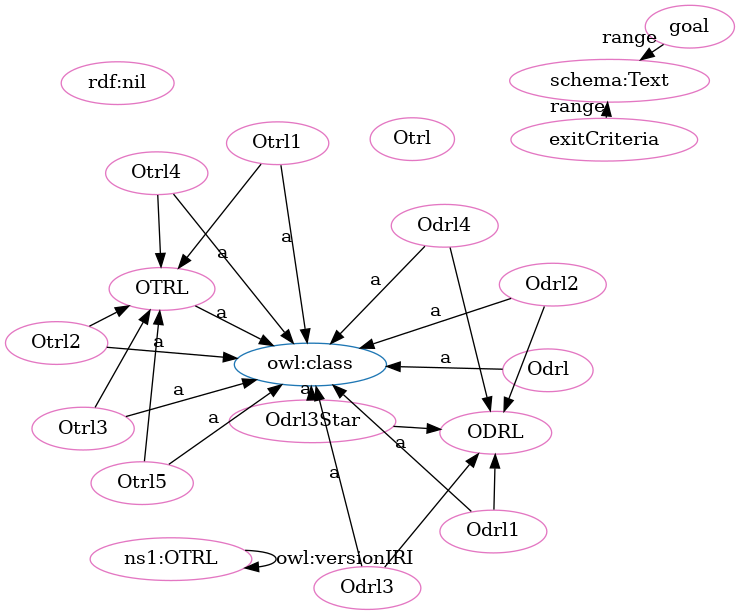
Earlier version of the Graphviz export OTRL-clean.png (OPEN-NEXT/OKH-LOSH). Its source is kept beside it as OTRL-clean.dot.
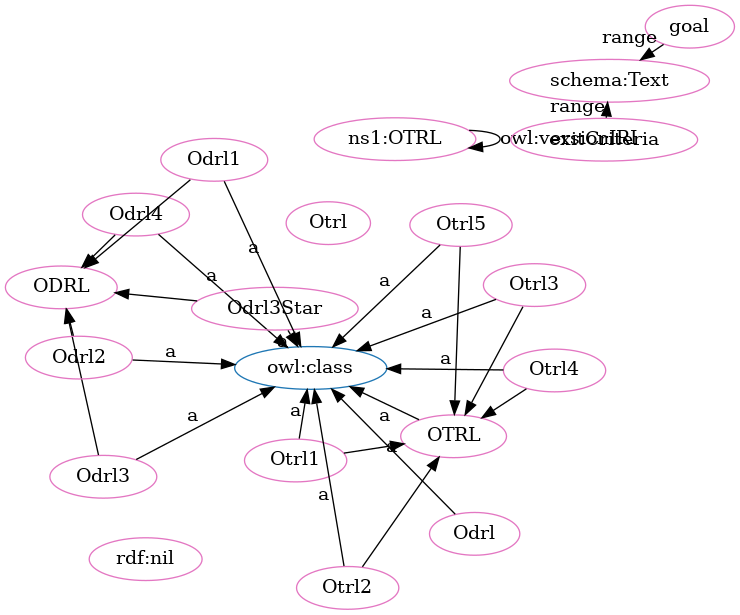
After the change.

What changed in the source:
```diff
@@ -1,51 +1,51 @@
 digraph G {
   rankdir=BT
   node[height=.3]
+"http://purl.org/oseg/ontologies/OTRL#ODRL" [fillcolor="#1f77b4" color="#1f77b4" label="ODRL"]
 "http://purl.org/oseg/ontologies/OTRL#OTRL" [fillcolor="#1f77b4" color="#1f77b4" label="OTRL"]
 "http://www.w3.org/2002/07/owl#class" [fillcolor="#1f77b4" color="#1f77b4" label="owl:class"]
-"http://purl.org/oseg/ontologies/OTRL#ODRL" [fillcolor="#1f77b4" color="#1f77b4" label="ODRL"]
-"http://purl.org/oseg/ontologies/OTRL#Otrl4" [fillcolor="#e377c2" color="#e377c2" label="Otrl4"]
+"http://purl.org/oseg/ontologies/OTRL#Odrl4" [fillcolor="#e377c2" color="#e377c2" label="Odrl4"]
+"http://purl.org/oseg/ontologies/OTRL" [fillcolor="#e377c2" color="#e377c2" label="ns1:OTRL"]
+"http://purl.org/oseg/ontologies/OTRL#OTRL" [fillcolor="#e377c2" color="#e377c2" label="OTRL"]
+"http://purl.org/oseg/ontologies/OTRL#ODRL" [fillcolor="#e377c2" color="#e377c2" label="ODRL"]
+"http://purl.org/oseg/ontologies/OTRL#Otrl3" [fillcolor="#e377c2" color="#e377c2" label="Otrl3"]
+"http://schema.org/Text" [fillcolor="#e377c2" color="#e377c2" label="schema:Text"]
 "http://www.w3.org/1999/02/22-rdf-syntax-ns#nil" [fillcolor="#e377c2" color="#e377c2" label="rdf:nil"]
-"http://purl.org/oseg/ontologies/OTRL#Odrl4" [fillcolor="#e377c2" color="#e377c2" label="Odrl4"]
+"http://purl.org/oseg/ontologies/OTRL#Otrl" [fillcolor="#e377c2" color="#e377c2" label="Otrl"]
+"http://purl.org/oseg/ontologies/OTRL#Otrl5" [fillcolor="#e377c2" color="#e377c2" label="Otrl5"]
+"http://purl.org/oseg/ontologies/OTRL#Odrl3" [fillcolor="#e377c2" color="#e377c2" label="Odrl3"]
+"http://purl.org/oseg/ontologies/OTRL#goal" [fillcolor="#e377c2" color="#e377c2" label="goal"]
+"http://purl.org/oseg/ontologies/OTRL#Odrl" [fillcolor="#e377c2" color="#e377c2" label="Odrl"]
+"http://purl.org/oseg/ontologies/OTRL#Otrl1" [fillcolor="#e377c2" color="#e377c2" label="Otrl1"]
 "http://purl.org/oseg/ontologies/OTRL#Otrl2" [fillcolor="#e377c2" color="#e377c2" label="Otrl2"]
 "http://purl.org/oseg/ontologies/OTRL#Odrl3Star" [fillcolor="#e377c2" color="#e377c2" label="Odrl3Star"]
-"http://purl.org/oseg/ontologies/OTRL#OTRL" [fillcolor="#e377c2" color="#e377c2" label="OTRL"]
-"http://purl.org/oseg/ontologies/OTRL#Odrl" [fillcolor="#e377c2" color="#e377c2" label="Odrl"]
-"http://purl.org/oseg/ontologies/OTRL#Odrl3" [fillcolor="#e377c2" color="#e377c2" label="Odrl3"]
-"http://purl.org/oseg/ontologies/OTRL#Otrl" [fillcolor="#e377c2" color="#e377c2" label="Otrl"]
-"http://purl.org/oseg/ontologies/OTRL#ODRL" [fillcolor="#e377c2" color="#e377c2" label="ODRL"]
-"http://purl.org/oseg/ontologies/OTRL#Otrl5" [fillcolor="#e377c2" color="#e377c2" label="Otrl5"]
+"http://purl.org/oseg/ontologies/OTRL#exitCriteria" [fillcolor="#e377c2" color="#e377c2" label="exitCriteria"]
+"http://purl.org/oseg/ontologies/OTRL#Odrl2" [fillcolor="#e377c2" color="#e377c2" label="Odrl2"]
+"http://purl.org/oseg/ontologies/OTRL#Otrl4" [fillcolor="#e377c2" color="#e377c2" label="Otrl4"]
 "http://purl.org/oseg/ontologies/OTRL#Odrl1" [fillcolor="#e377c2" color="#e377c2" label="Odrl1"]
-"http://schema.org/Text" [fillcolor="#e377c2" color="#e377c2" label="schema:Text"]
-"http://purl.org/oseg/ontologies/OTRL#Otrl3" [fillcolor="#e377c2" color="#e377c2" label="Otrl3"]
-"http://purl.org/oseg/ontologies/OTRL" [fillcolor="#e377c2" color="#e377c2" label="ns1:OTRL"]
-"http://purl.org/oseg/ontologies/OTRL#Otrl1" [fillcolor="#e377c2" color="#e377c2" label="Otrl1"]
-"http://purl.org/oseg/ontologies/OTRL#goal" [fillcolor="#e377c2" color="#e377c2" label="goal"]
-"http://purl.org/oseg/ontologies/OTRL#Odrl2" [fillcolor="#e377c2" color="#e377c2" label="Odrl2"]
-"http://purl.org/oseg/ontologies/OTRL#exitCriteria" [fillcolor="#e377c2" color="#e377c2" label="exitCriteria"]
+  "http://purl.org/oseg/ontologies/OTRL#OTRL" -> "http://www.w3.org/2002/07/owl#class" [label="a"]
+  "http://purl.org/oseg/ontologies/OTRL#Odrl2" -> "http://purl.org/oseg/ontologies/OTRL#ODRL" [label=""]
+  "http://purl.org/oseg/ontologies/OTRL#Otrl2" -> "http://purl.org/oseg/ontologies/OTRL#OTRL" [label=""]
+  "http://purl.org/oseg/ontologies/OTRL#Otrl3" -> "http://purl.org/oseg/ontologies/OTRL#OTRL" [label=""]
+  "http://purl.org/oseg/ontologies/OTRL#Otrl1" -> "http://purl.org/oseg/ontologies/OTRL#OTRL" [label=""]
+  "http://purl.org/oseg/ontologies/OTRL#Otrl5" -> "http://www.w3.org/2002/07/owl#class" [label="a"]
+  "http://purl.org/oseg/ontologies/OTRL#Odrl3" -> "http://purl.org/oseg/ontologies/OTRL#ODRL" [label=""]
+  "http://purl.org/oseg/ontologies/OTRL" -> "http://purl.org/oseg/ontologies/OTRL" [label="owl:versionIRI"]
+  "http://purl.org/oseg/ontologies/OTRL#Odrl4" -> "http://purl.org/oseg/ontologies/OTRL#ODRL" [label=""]
+  "http://purl.org/oseg/ontologies/OTRL#Odrl3" -> "http://www.w3.org/2002/07/owl#class" [label="a"]
+  "http://purl.org/oseg/ontologies/OTRL#Odrl2" -> "http://www.w3.org/2002/07/owl#class" [label="a"]
   "http://purl.org/oseg/ontologies/OTRL#Otrl4" -> "http://www.w3.org/2002/07/owl#class" [label="a"]
+  "http://purl.org/oseg/ontologies/OTRL#Odrl1" -> "http://purl.org/oseg/ontologies/OTRL#ODRL" [label=""]
+  "http://purl.org/oseg/ontologies/OTRL#Odrl1" -> "http://www.w3.org/2002/07/owl#class" [label="a"]
+  "http://purl.org/oseg/ontologies/OTRL#Odrl4" -> "http://www.w3.org/2002/07/owl#class" [label="a"]
+  "http://purl.org/oseg/ontologies/OTRL#Odrl3Star" -> "http://purl.org/oseg/ontologies/OTRL#ODRL" [label=""]
+  "http://purl.org/oseg/ontologies/OTRL#Otrl3" -> "http://www.w3.org/2002/07/owl#class" [label="a"]
+  "http://purl.org/oseg/ontologies/OTRL#Otrl5" -> "http://purl.org/oseg/ontologies/OTRL#OTRL" [label=""]
+  "http://purl.org/oseg/ontologies/OTRL#exitCriteria" -> "http://schema.org/Text" [label="range"]
+  "http://purl.org/oseg/ontologies/OTRL#goal" -> "http://schema.org/Text" [label="range"]
+  "http://purl.org/oseg/ontologies/OTRL#Otrl4" -> "http://purl.org/oseg/ontologies/OTRL#OTRL" [label=""]
+  "http://purl.org/oseg/ontologies/OTRL#Otrl1" -> "http://www.w3.org/2002/07/owl#class" [label="a"]
   "http://purl.org/oseg/ontologies/OTRL#Otrl2" -> "http://www.w3.org/2002/07/owl#class" [label="a"]
-  "http://purl.org/oseg/ontologies/OTRL#Otrl5" -> "http://www.w3.org/2002/07/owl#class" [label="a"]
-  "http://purl.org/oseg/ontologies/OTRL#Otrl2" -> "http://purl.org/oseg/ontologies/OTRL#OTRL" [label=""]
-  "http://purl.org/oseg/ontologies/OTRL#Odrl1" -> "http://www.w3.org/2002/07/owl#class" [label="a"]
-  "http://purl.org/oseg/ontologies/OTRL#exitCriteria" -> "http://schema.org/Text" [label="range"]
-  "http://purl.org/oseg/ontologies/OTRL#Odrl1" -> "http://purl.org/oseg/ontologies/OTRL#ODRL" [label=""]
-  "http://purl.org/oseg/ontologies/OTRL" -> "http://purl.org/oseg/ontologies/OTRL" [label="owl:versionIRI"]
-  "http://purl.org/oseg/ontologies/OTRL#goal" -> "http://schema.org/Text" [label="range"]
-  "http://purl.org/oseg/ontologies/OTRL#OTRL" -> "http://www.w3.org/2002/07/owl#class" [label="a"]
-  "http://purl.org/oseg/ontologies/OTRL#Odrl2" -> "http://www.w3.org/2002/07/owl#class" [label="a"]
-  "http://purl.org/oseg/ontologies/OTRL#Odrl2" -> "http://purl.org/oseg/ontologies/OTRL#ODRL" [label=""]
-  "http://purl.org/oseg/ontologies/OTRL#Odrl4" -> "http://www.w3.org/2002/07/owl#class" [label="a"]
   "http://purl.org/oseg/ontologies/OTRL#Odrl3Star" -> "http://www.w3.org/2002/07/owl#class" [label="a"]
-  "http://purl.org/oseg/ontologies/OTRL#Otrl3" -> "http://purl.org/oseg/ontologies/OTRL#OTRL" [label=""]
-  "http://purl.org/oseg/ontologies/OTRL#Odrl3" -> "http://www.w3.org/2002/07/owl#class" [label="a"]
-  "http://purl.org/oseg/ontologies/OTRL#Odrl4" -> "http://purl.org/oseg/ontologies/OTRL#ODRL" [label=""]
-  "http://purl.org/oseg/ontologies/OTRL#Odrl3Star" -> "http://purl.org/oseg/ontologies/OTRL#ODRL" [label=""]
-  "http://purl.org/oseg/ontologies/OTRL#Otrl1" -> "http://purl.org/oseg/ontologies/OTRL#OTRL" [label=""]
-  "http://purl.org/oseg/ontologies/OTRL#Odrl3" -> "http://purl.org/oseg/ontologies/OTRL#ODRL" [label=""]
-  "http://purl.org/oseg/ontologies/OTRL#Otrl3" -> "http://www.w3.org/2002/07/owl#class" [label="a"]
   "http://purl.org/oseg/ontologies/OTRL#Odrl" -> "http://www.w3.org/2002/07/owl#class" [label="a"]
-  "http://purl.org/oseg/ontologies/OTRL#Otrl1" -> "http://www.w3.org/2002/07/owl#class" [label="a"]
-  "http://purl.org/oseg/ontologies/OTRL#Otrl4" -> "http://purl.org/oseg/ontologies/OTRL#OTRL" [label=""]
-  "http://purl.org/oseg/ontologies/OTRL#Otrl5" -> "http://purl.org/oseg/ontologies/OTRL#OTRL" [label=""]
 }
```
